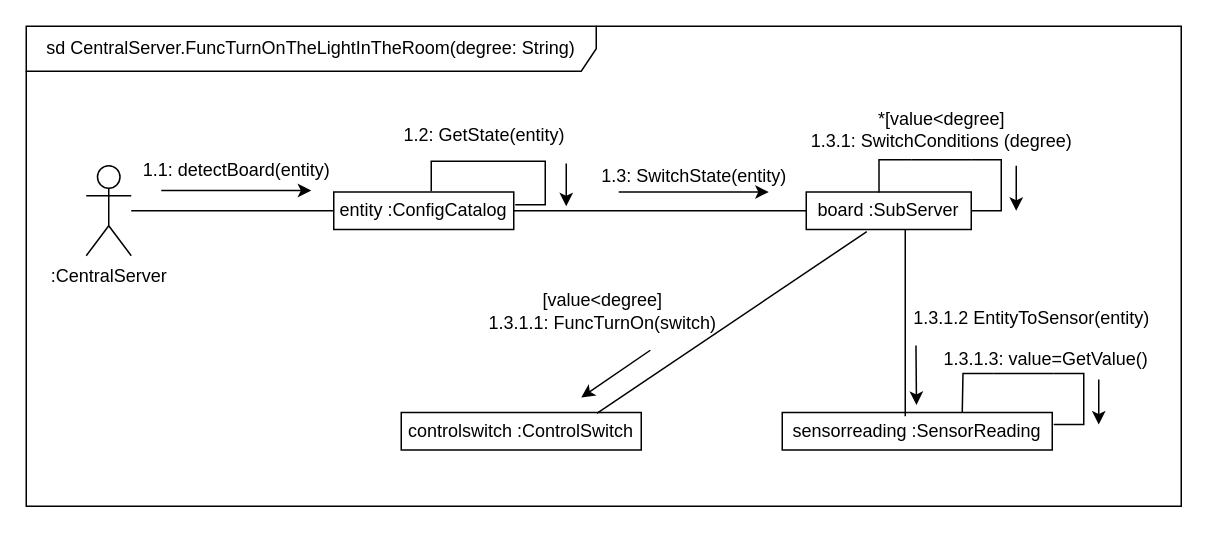
This is LAB2/Communication_diagram.drawio from tireks/OOAP, a draw.io file, before an edit. Source tidied: cells renumbered, new cells numbered last; positions are measured from the earlier drawing's top-left corner, leaving out a move shared by most shapes. Both pictures are drawn from the tidied source at 150%, with x=0, y=0 at pixel (26, 26).
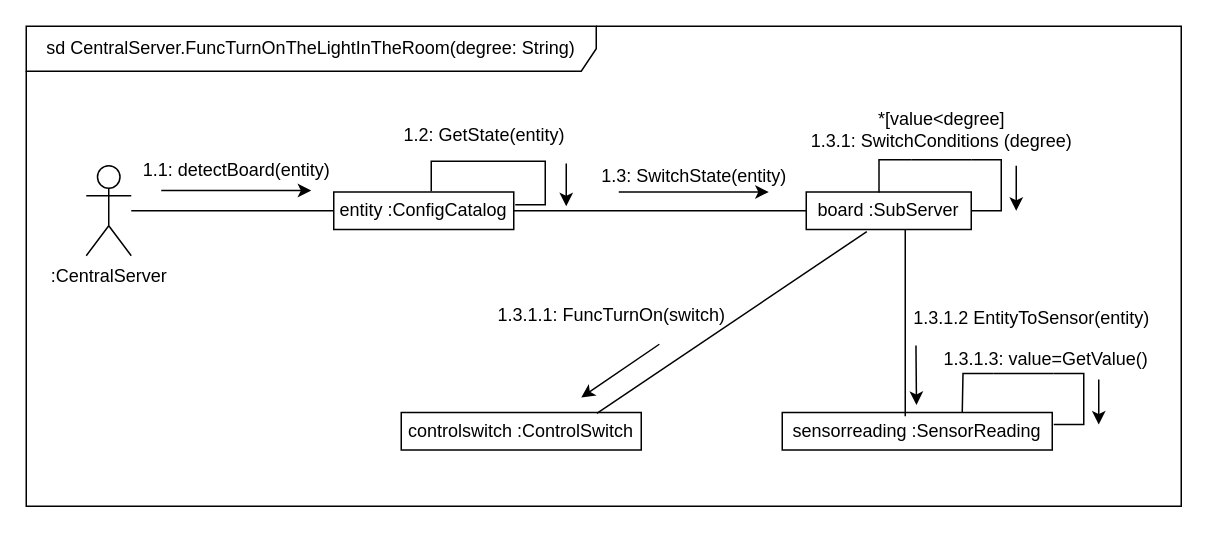
The same page after the edit.

What changed in the source:
```diff
@@
-    <mxCell id="24" value="[value&amp;lt;degree]&lt;br&gt;1.3.1.1: FuncTurnOn(switch)" style="text;html=1;align=center;verticalAlign=middle;points=[];strokeColor=none;fillColor=none;" parent="1" vertex="1">
-      <mxGeometry x="294" y="170" width="180" height="40" as="geometry" />
+    <mxCell id="24" value="1.3.1.1: FuncTurnOn(switch)" style="text;html=1;align=center;verticalAlign=middle;points=[];strokeColor=none;fillColor=none;" parent="1" vertex="1">
+      <mxGeometry x="300" y="177.5" width="180" height="30" as="geometry" />
     </mxCell>
```
